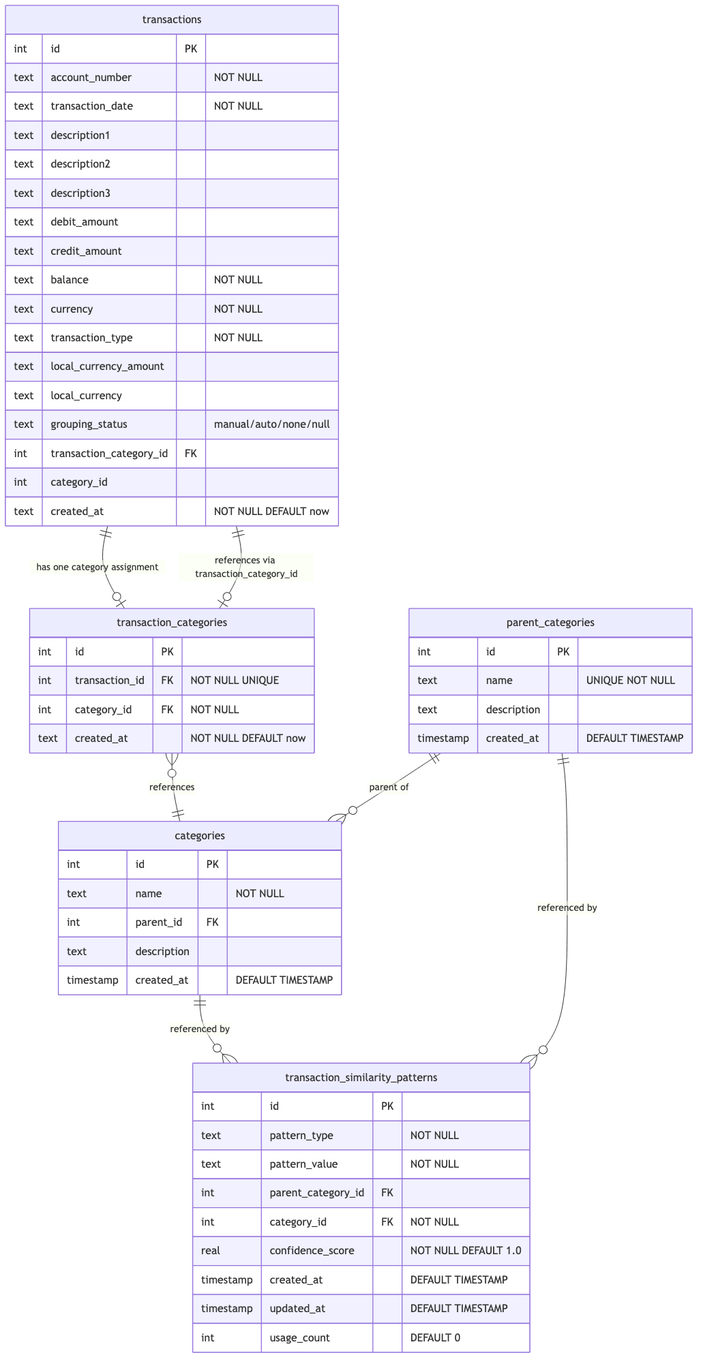
Before: er-diagram.png, a diagram exported from Mermaid (sids4ru/money-tracker). Its source is kept beside it as er-diagram.mmd.
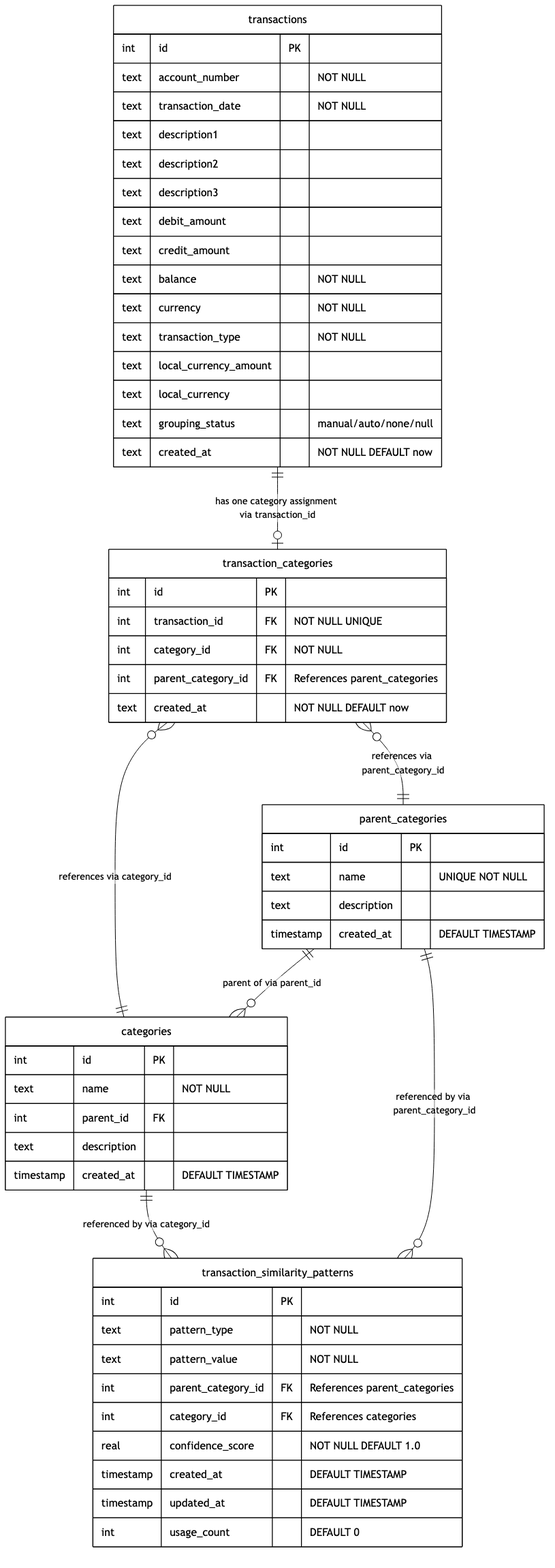
Above is the later version.

Commit message:
Add parent category integration to transaction categories

Change to the diagram source:
```diff
@@ -1,3 +1,19 @@
+%%{
+  init: {
+    'theme': 'base',
+    'themeVariables': {
+      'primaryColor': '#ffffff',
+      'primaryTextColor': '#000000',
+      'primaryBorderColor': '#000000',
+      'lineColor': '#000000',
+      'secondaryColor': '#f5f5f5',
+      'tertiaryColor': '#ffffff'
+    },
+    'er': {
+      'diagramPadding': 20
+    }
+  }
+}%%
 erDiagram
     transactions {
         int id PK
@@ -14,8 +30,6 @@
         text local_currency_amount
         text local_currency
         text grouping_status "manual/auto/none/null"
-        int transaction_category_id FK
-        int category_id
         text created_at "NOT NULL DEFAULT now"
     }
 
@@ -38,6 +52,7 @@
         int id PK
         int transaction_id FK "NOT NULL UNIQUE"
         int category_id FK "NOT NULL"
+        int parent_category_id FK "References parent_categories"
         text created_at "NOT NULL DEFAULT now"
     }
 
@@ -45,17 +60,17 @@
         int id PK
         text pattern_type "NOT NULL"
         text pattern_value "NOT NULL"
-        int parent_category_id FK
-        int category_id FK "NOT NULL"
+        int parent_category_id FK "References parent_categories"
+        int category_id FK "References categories"
         real confidence_score "NOT NULL DEFAULT 1.0"
         timestamp created_at "DEFAULT TIMESTAMP"
         timestamp updated_at "DEFAULT TIMESTAMP"
         int usage_count "DEFAULT 0"
     }
 
-    transactions ||--o| transaction_categories : "has one category assignment"
-    transaction_categories }o--|| categories : "references"
-    transactions ||--o| transaction_categories : "references via transaction_category_id"
-    parent_categories ||--o{ categories : "parent of"
-    categories ||--o{ transaction_similarity_patterns : "referenced by"
-    parent_categories ||--o{ transaction_similarity_patterns : "referenced by"
+    transactions ||--o| transaction_categories : "has one category assignment via transaction_id"
+    transaction_categories }o--|| categories : "references via category_id"
+    transaction_categories }o--|| parent_categories : "references via parent_category_id"
+    parent_categories ||--o{ categories : "parent of via parent_id"
+    categories ||--o{ transaction_similarity_patterns : "referenced by via category_id"
+    parent_categories ||--o{ transaction_similarity_patterns : "referenced by via parent_category_id"
```
